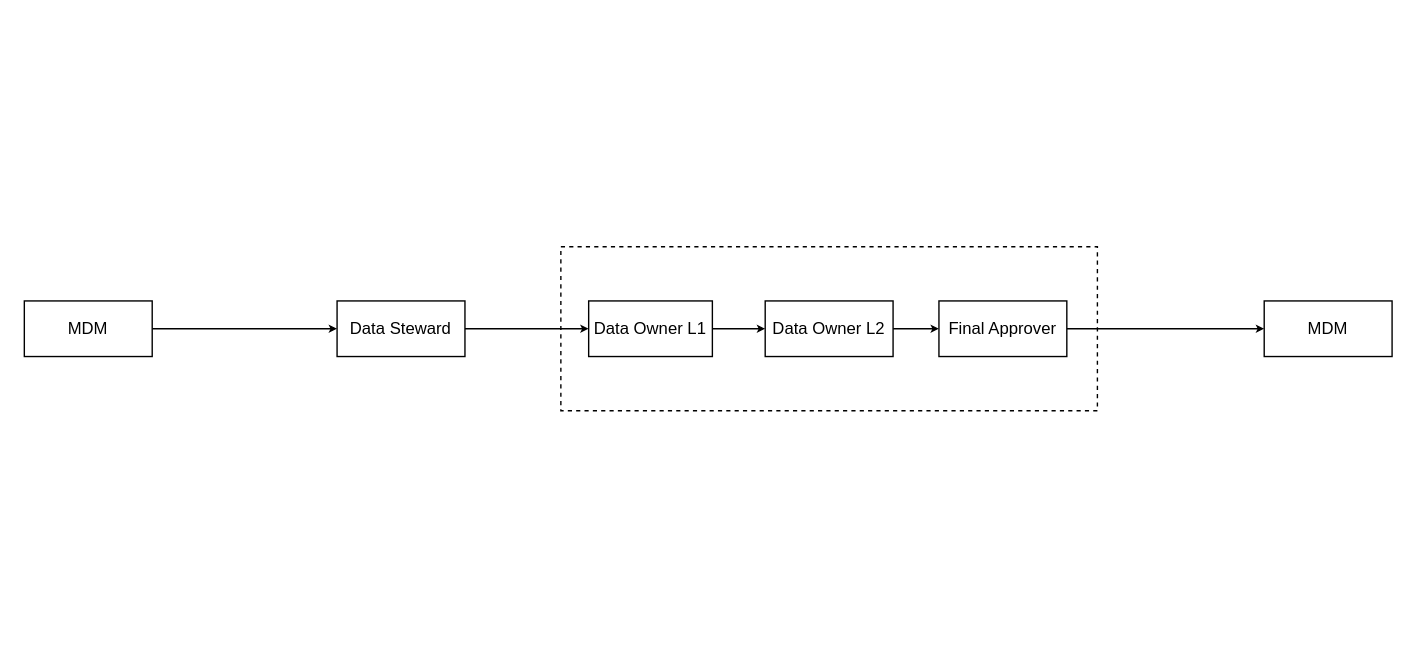
Before: Untitled Diagram.drawio in rinkalnn/Mytest, a draw.io diagram. Source tidied: cells renumbered, new cells numbered last; positions are measured from the earlier drawing's top-left corner, leaving out a move shared by most shapes. Both pictures are drawn from the tidied source at 139%, with x=0, y=0 at pixel (24, 246).
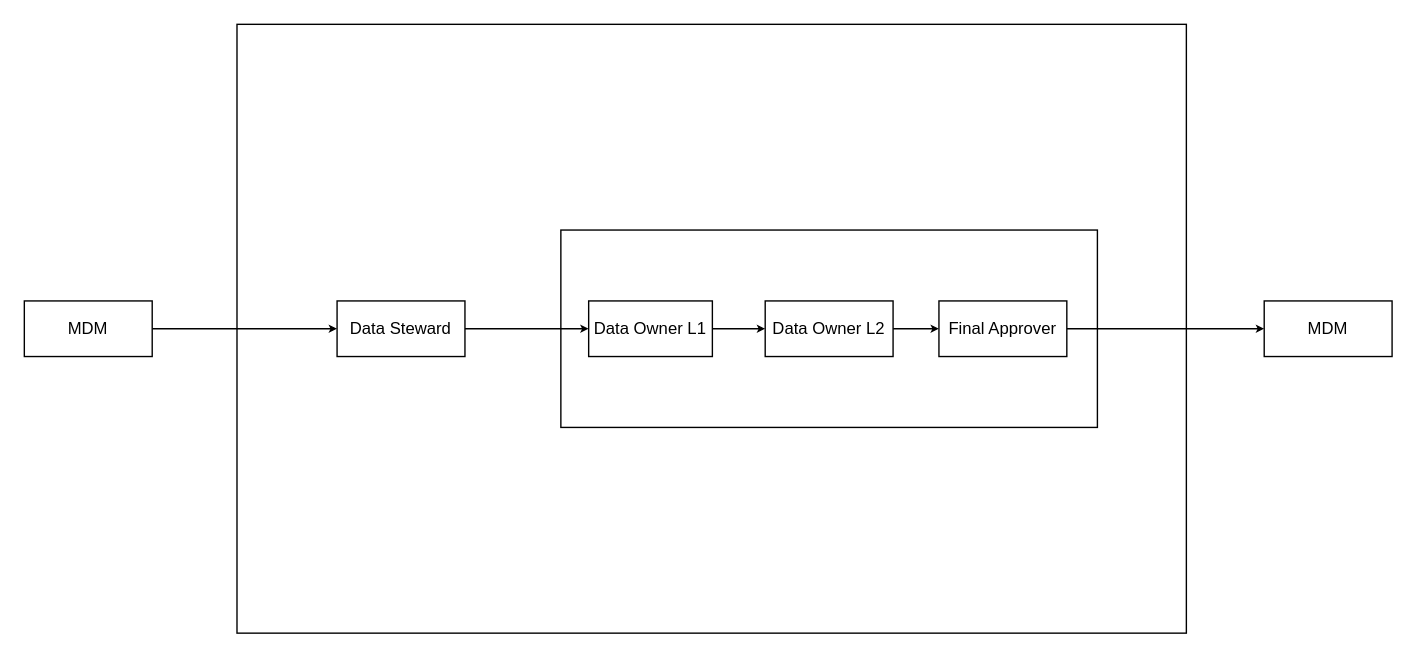
Above is the later version.

What changed in the source:
```diff
@@
 <mxGraphModel>
   <root>
     <mxCell id="0" />
     <mxCell id="1" parent="0" />
     <mxCell id="2" style="edgeStyle=orthogonalEdgeStyle;rounded=0;jettySize=auto;html=1;endSize=3;startSize=3;" parent="1" edge="1" source="3" target="5">
       <mxGeometry relative="1" as="geometry" />
     </mxCell>
     <mxCell id="3" value="&lt;font face=&quot;Myriad Pro&quot;&gt;MDM&lt;/font&gt;" style="rounded=0;whiteSpace=wrap;html=1;fontSize=12;glass=0;strokeWidth=1;shadow=0;" parent="1" vertex="1">
       <mxGeometry y="39" width="92" height="40" as="geometry" />
     </mxCell>
     <mxCell id="4" style="edgeStyle=orthogonalEdgeStyle;rounded=0;jettySize=auto;html=1;endSize=3;startSize=3;" parent="1" edge="1" source="5" target="7">
       <mxGeometry relative="1" as="geometry" />
     </mxCell>
     <mxCell id="5" value="&lt;font face=&quot;Myriad Pro&quot;&gt;Data Steward&lt;/font&gt;" style="rounded=0;whiteSpace=wrap;html=1;fontSize=12;glass=0;strokeWidth=1;shadow=0;" parent="1" vertex="1">
       <mxGeometry x="225" y="39" width="92" height="40" as="geometry" />
     </mxCell>
     <mxCell id="6" style="edgeStyle=orthogonalEdgeStyle;rounded=0;jettySize=auto;html=1;endSize=3;startSize=3;" parent="1" edge="1" source="7" target="9">
       <mxGeometry relative="1" as="geometry" />
     </mxCell>
     <mxCell id="7" value="&lt;font face=&quot;Myriad Pro&quot;&gt;Data Owner L1&lt;/font&gt;" style="rounded=0;whiteSpace=wrap;html=1;fontSize=12;glass=0;strokeWidth=1;shadow=0;" parent="1" vertex="1">
       <mxGeometry x="406" y="39" width="89" height="40" as="geometry" />
     </mxCell>
     <mxCell id="8" style="edgeStyle=orthogonalEdgeStyle;rounded=0;jettySize=auto;html=1;endSize=3;startSize=3;" parent="1" edge="1" source="9" target="11">
       <mxGeometry relative="1" as="geometry" />
     </mxCell>
     <mxCell id="9" value="&lt;font face=&quot;Myriad Pro&quot;&gt;Data Owner L2&lt;/font&gt;" style="rounded=0;whiteSpace=wrap;html=1;fontSize=12;glass=0;strokeWidth=1;shadow=0;" parent="1" vertex="1">
       <mxGeometry x="533" y="39" width="92" height="40" as="geometry" />
     </mxCell>
     <mxCell id="10" style="edgeStyle=orthogonalEdgeStyle;rounded=0;jettySize=auto;html=1;endSize=3;startSize=3;" parent="1" edge="1" source="11" target="13">
       <mxGeometry relative="1" as="geometry" />
     </mxCell>
     <mxCell id="11" value="&lt;font face=&quot;Myriad Pro&quot;&gt;Final Approver&lt;/font&gt;" style="rounded=0;whiteSpace=wrap;html=1;fontSize=12;glass=0;strokeWidth=1;shadow=0;" parent="1" vertex="1">
       <mxGeometry x="658" y="39" width="92" height="40" as="geometry" />
     </mxCell>
-    <mxCell id="12" style="rounded=0;whiteSpace=wrap;html=1;fillColor=none;dashed=1;" parent="1" vertex="1">
-      <mxGeometry x="386" width="386" height="118" as="geometry" />
+    <mxCell id="12" style="rounded=0;whiteSpace=wrap;html=1;fillColor=none;" parent="1" vertex="1">
+      <mxGeometry x="386" y="-12" width="386" height="142" as="geometry" />
     </mxCell>
     <mxCell id="13" value="&lt;font face=&quot;Myriad Pro&quot;&gt;MDM&lt;/font&gt;" style="rounded=0;whiteSpace=wrap;html=1;fontSize=12;glass=0;strokeWidth=1;shadow=0;" parent="1" vertex="1">
       <mxGeometry x="892" y="39" width="92" height="40" as="geometry" />
     </mxCell>
+    <mxCell id="14" style="rounded=0;whiteSpace=wrap;html=1;fillColor=none;" parent="1" vertex="1">
+      <mxGeometry x="153" y="-160" width="683" height="438" as="geometry" />
+    </mxCell>
   </root>
 </mxGraphModel>
```
